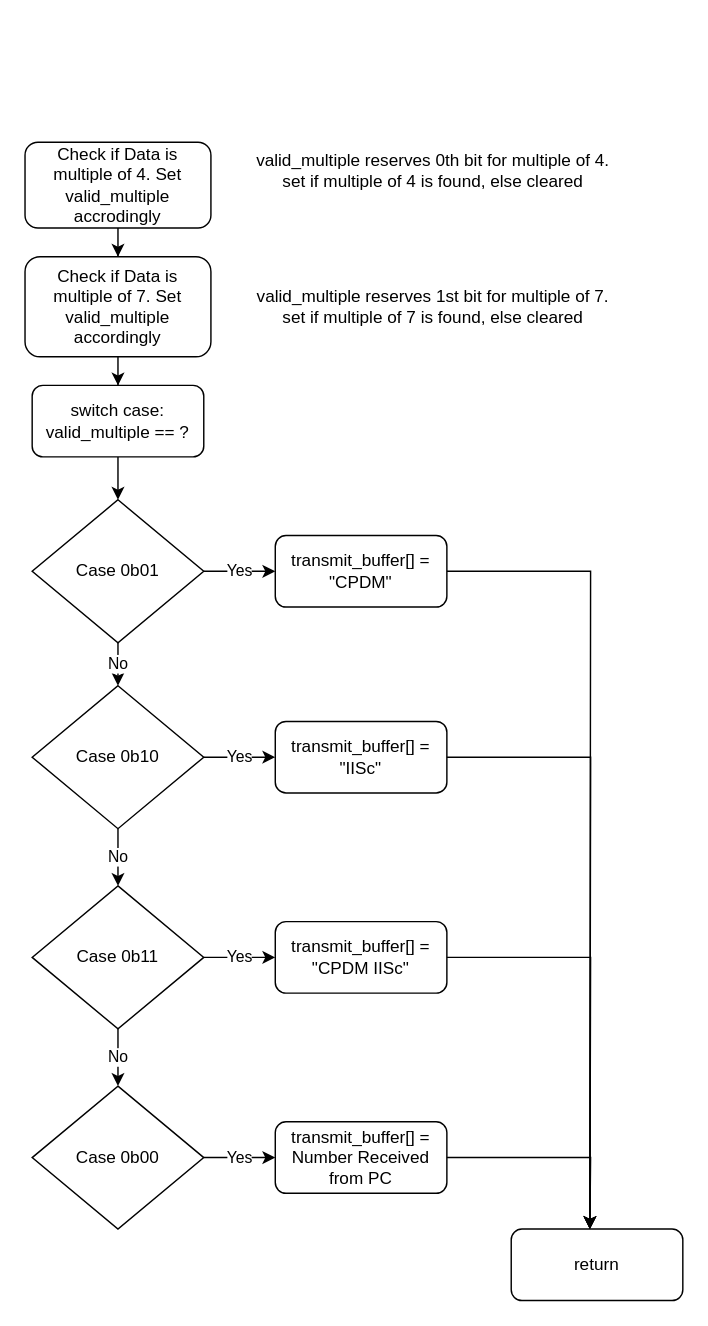
Above: page "Multiple_4_7_check" (4 of 6) of Documentation/STM32Flowchart.drawio in nagars/CPDM-IISc (draw.io), before the change. Source tidied: cells renumbered, new cells numbered last; positions are measured from the earlier drawing's top-left corner, leaving out a move shared by most shapes. Both pictures are drawn from the tidied source at 143%, with x=0, y=0 at pixel (24, 142).
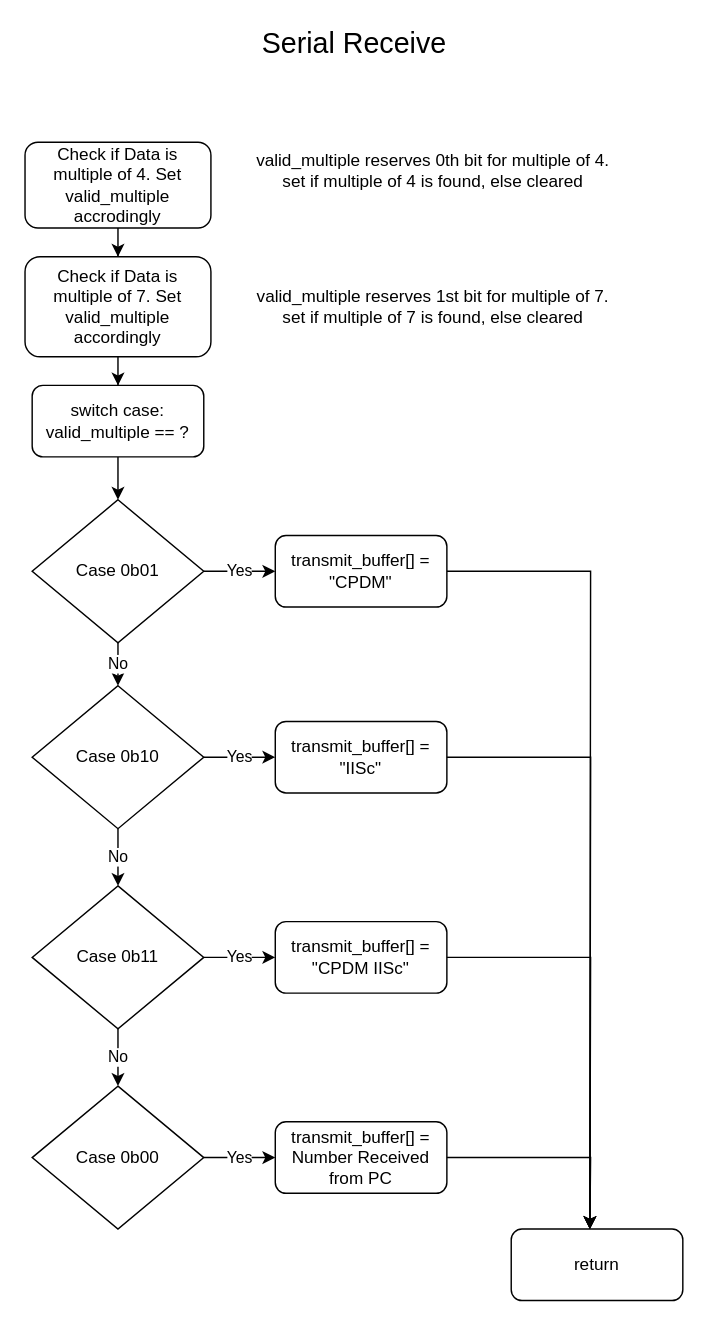
Above is the later version.

The edit, as a diff of the source:
```diff
@@
+    <mxCell id="30" value="&lt;font style=&quot;font-size: 20px&quot;&gt;Serial Receive&lt;/font&gt;" style="text;html=1;align=center;verticalAlign=middle;" parent="1" vertex="1">
+      <mxGeometry x="160" y="-80" width="140" height="20" as="geometry" />
+    </mxCell>
```
